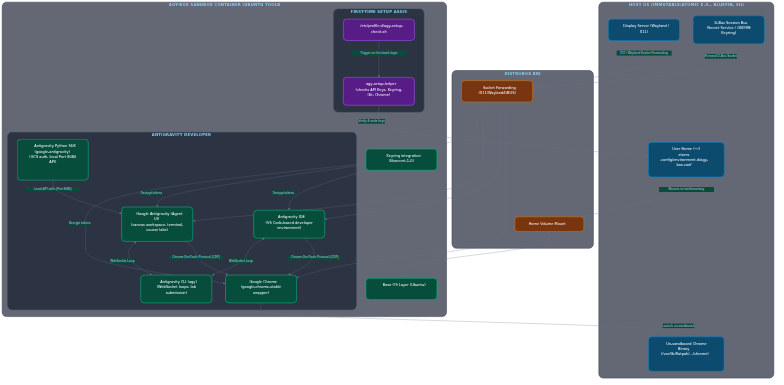
The Mermaid diagram docs/diagrams/rendered/system-topology.png in wtg-codes/agy-box, before a commit. Its source is kept beside it as docs/diagrams/system-topology.mmd. Source of this version:
```mermaid
graph TD
    subgraph Host ["Host OS (Immutable/Atomic e.g., Bluefin, Silverblue)"]
        UserHome["fa:fa-home User Home (~/) <br> stores .config/environment.d/agy-box.conf"]
        Display["fa:fa-desktop Display Server (Wayland / X11)"]
        DBus["fa:fa-circle-nodes D-Bus Session Bus <br> (Secret Service / GNOME Keyring)"]
        FlatpakChrome["fa:fa-chrome Un-sandboxed Chrome Binary <br> (/var/lib/flatpak/.../chrome)"]
    end

    subgraph Bridge ["Distrobox Bridge"]
        MountHome["fa:fa-folder-open Home Volume Mount"]
        ForwardSockets["fa:fa-link Socket Forwarding (X11/Wayland/DBUS)"]
    end

    subgraph Sandbox ["agy-box Sandbox Container (Ubuntu Toolbox Base)"]
        BaseOS["fa:fa-linux Base OS Layer (Ubuntu)"]
        KeyringClient["fa:fa-key Keyring integration (libsecret-1-0)"]

        subgraph Setup ["First-Time Setup Assistant"]
            SetupHelper["fa:fa-wand-magic-sparkles agy-setup-helper <br> (checks API Keys, Keyring, Git, Chrome)"]
            ProfileHook["fa:fa-terminal /etc/profile.d/agy-setup-check.sh"]
        end

        subgraph Suite ["Antigravity Developer Suite"]
            AgentUI["fa:fa-window-restore Google Antigravity (Agent UI) <br> (canvas workspace, terminal, course labs)"]
            IDE["fa:fa-code Antigravity IDE <br> (VS Code-based developer environment)"]
            CLI["fa:fa-terminal Antigravity CLI (agy) <br> (WebSocket loops, lab submission)"]
            SDK["fa:fa-cubes Antigravity Python SDK (google-antigravity) <br> (GCS auth, local Port 8080 API)"]
            ChromeWrapper["fa:fa-chrome Google Chrome <br> (google-chrome-stable wrapper)"]
        end
    end

    UserHome <-->|"Mounts to /var/home/wtg"| MountHome
    MountHome <--> BaseOS

    DBus -->|"Forward D-Bus Socket"| ForwardSockets
    ForwardSockets --> KeyringClient
    KeyringClient -->|"Decrypt tokens"| ChromeWrapper
    KeyringClient -->|"Decrypt tokens"| AgentUI
    KeyringClient -->|"Decrypt tokens"| IDE

    Display -->|"X11 / Wayland Socket Forwarding"| ForwardSockets
    ForwardSockets --> AgentUI
    ForwardSockets --> IDE
    ForwardSockets --> ChromeWrapper

    AgentUI <-->|"WebSocket Loop"| CLI
    IDE <-->|"WebSocket Loop"| CLI
    SDK -->|"Local API calls (Port 8080)"| AgentUI
    AgentUI -->|"Chrome DevTools Protocol (CDP)"| ChromeWrapper
    IDE -->|"Chrome DevTools Protocol (CDP)"| ChromeWrapper
    ChromeWrapper -->|"Launch un-sandboxed"| FlatpakChrome

    ProfileHook -->|"Trigger on first bash login"| SetupHelper
    SetupHelper -->|"Verify & write keys"| UserHome

    classDef host host;
    classDef bridge bridge;
    classDef sandbox sandbox;
    classDef setup setup;

    class UserHome,Display,DBus,FlatpakChrome host;
    class MountHome,ForwardSockets bridge;
    class BaseOS,KeyringClient,IDE,CLI,SDK,ChromeWrapper,AgentUI sandbox;
    class SetupHelper,ProfileHook setup;
```
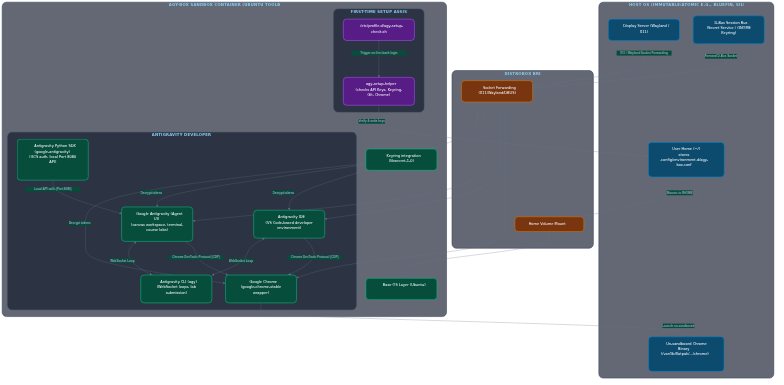
Above is the later version.

Change to the diagram source:
```diff
@@ -29,7 +29,7 @@
         end
     end
 
-    UserHome <-->|"Mounts to /var/home/wtg"| MountHome
+    UserHome <-->|"Mounts to $HOME"| MountHome
     MountHome <--> BaseOS
 
     DBus -->|"Forward D-Bus Socket"| ForwardSockets
```
